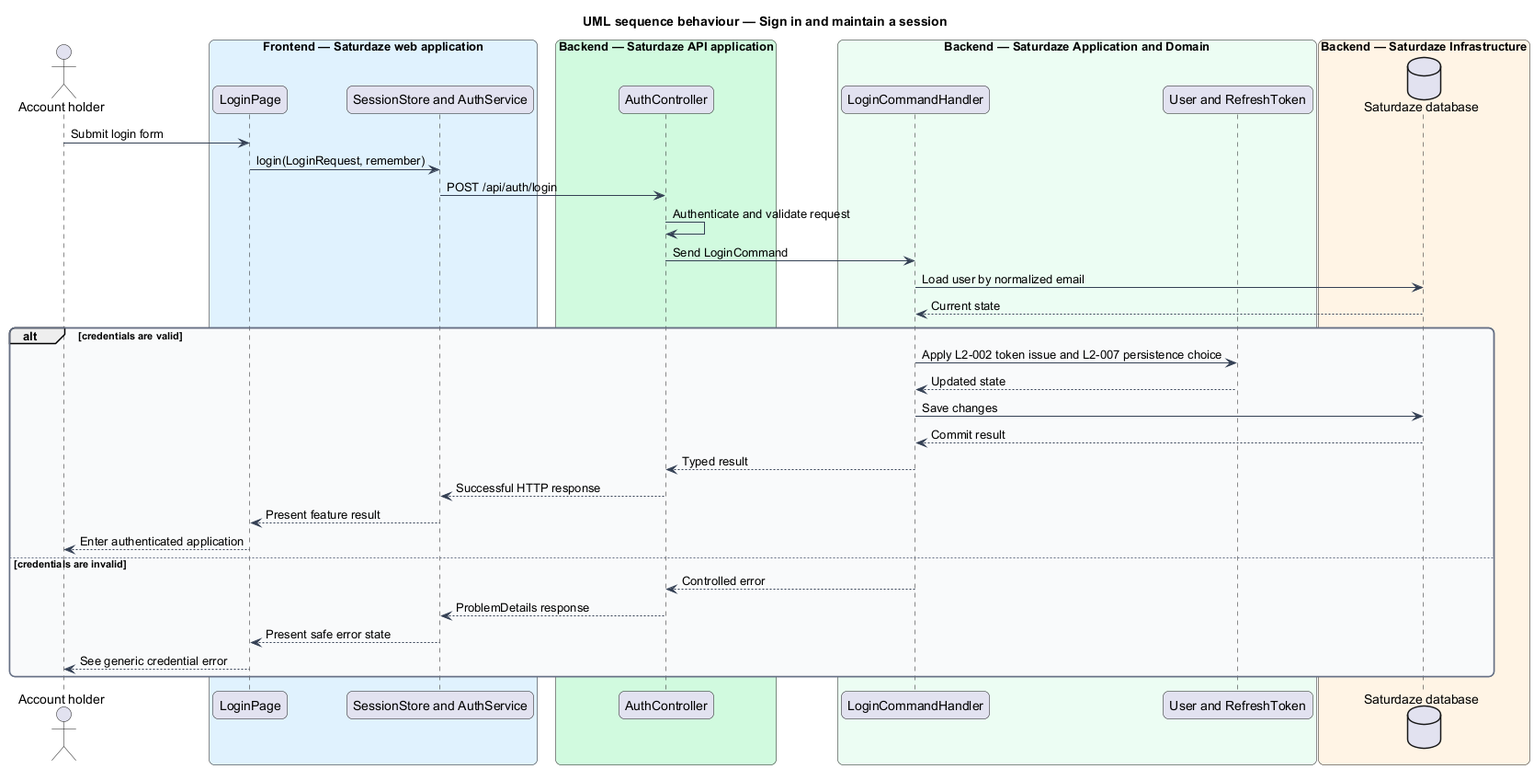
QuinntyneBrown/saturdaze keeps this PlantUML diagram as docs/detailed-designs/identity-and-access/sign-in-and-maintain-session/diagrams/sequence-login.png. Above is the earlier version.
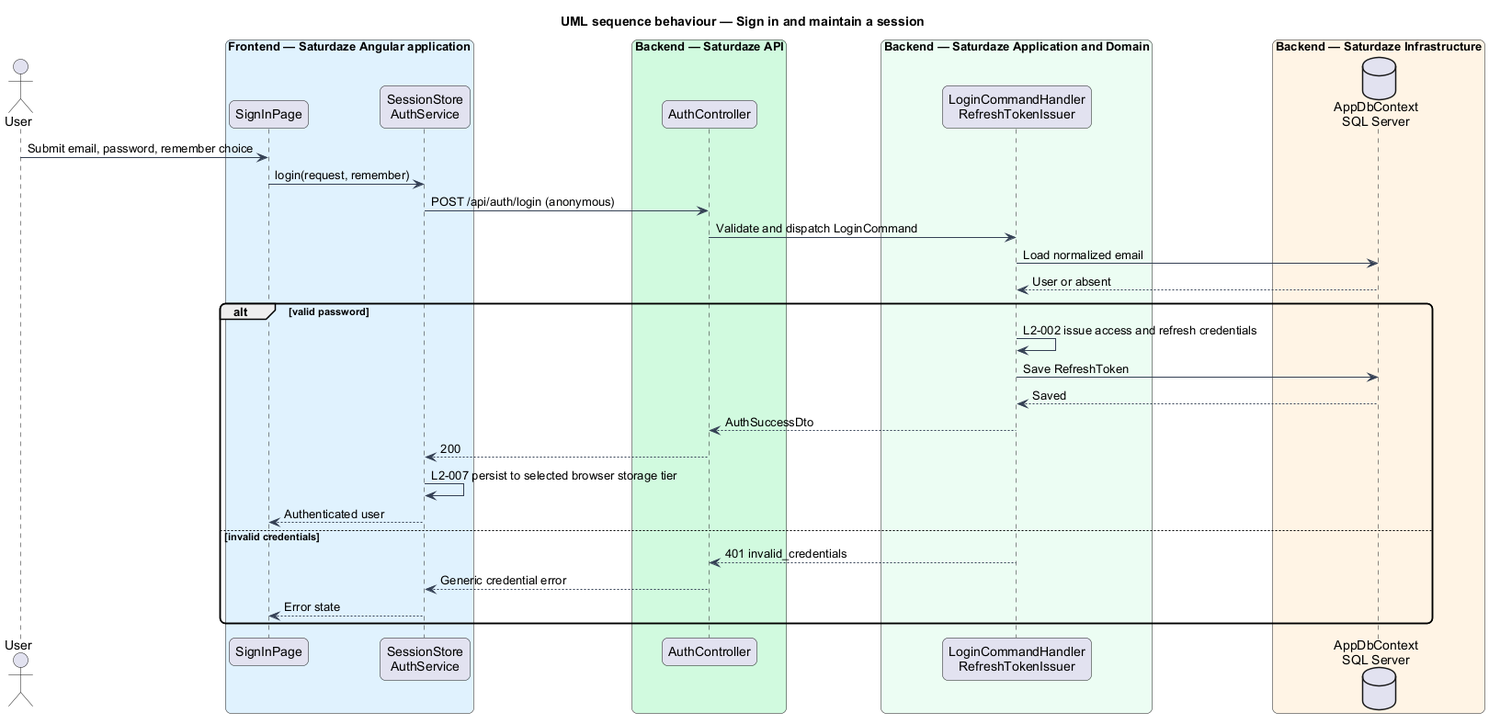
The same file after the commit.

Diff of the diagram source:
```diff
@@ -5,50 +5,37 @@
 skinparam roundcorner 12
 skinparam defaultFontName Arial
 skinparam ArrowColor #344054
-skinparam rectangle {
-  BorderColor #344054
-  FontColor #101828
-}
-skinparam package {
-  BorderColor #667085
-  FontColor #101828
-  BackgroundColor #F9FAFB
-}
-actor "Account holder" as actor
-box "Frontend — Saturdaze web application" #E0F2FE
-  participant "LoginPage" as page
-  participant "SessionStore and AuthService" as client
+actor "User" as actor
+box "Frontend — Saturdaze Angular application" #E0F2FE
+ participant "SignInPage" as page
+ participant "SessionStore\nAuthService" as client
 end box
-box "Backend — Saturdaze API application" #D1FADF
-  participant "AuthController" as controller
+box "Backend — Saturdaze API" #D1FADF
+ participant "AuthController" as controller
 end box
 box "Backend — Saturdaze Application and Domain" #ECFDF3
-  participant "LoginCommandHandler" as handler
-  participant "User and RefreshToken" as entity
+ participant "LoginCommandHandler\nRefreshTokenIssuer" as handler
 end box
 box "Backend — Saturdaze Infrastructure" #FFF4E5
-  database "Saturdaze database" as db
+ database "AppDbContext\nSQL Server" as db
 end box
-actor -> page : Submit login form
-page -> client : login(LoginRequest, remember)
-client -> controller : POST /api/auth/login
-controller -> controller : Authenticate and validate request
-controller -> handler : Send LoginCommand
-handler -> db : Load user by normalized email
-db --> handler : Current state
-alt credentials are valid
-  handler -> entity : Apply L2-002 token issue and L2-007 persistence choice
-  entity --> handler : Updated state
-  handler -> db : Save changes
-  db --> handler : Commit result
-  handler --> controller : Typed result
-  controller --> client : Successful HTTP response
-  client --> page : Present feature result
-  page --> actor : Enter authenticated application
-else credentials are invalid
-  handler --> controller : Controlled error
-  controller --> client : ProblemDetails response
-  client --> page : Present safe error state
-  page --> actor : See generic credential error
+actor -> page : Submit email, password, remember choice
+page -> client : login(request, remember)
+client -> controller : POST /api/auth/login (anonymous)
+controller -> handler : Validate and dispatch LoginCommand
+handler -> db : Load normalized email
+db --> handler : User or absent
+alt valid password
+handler -> handler : L2-002 issue access and refresh credentials
+handler -> db : Save RefreshToken
+db --> handler : Saved
+handler --> controller : AuthSuccessDto
+controller --> client : 200
+client -> client : L2-007 persist to selected browser storage tier
+client --> page : Authenticated user
+else invalid credentials
+handler --> controller : 401 invalid_credentials
+controller --> client : Generic credential error
+client --> page : Error state
 end
 @enduml
```
